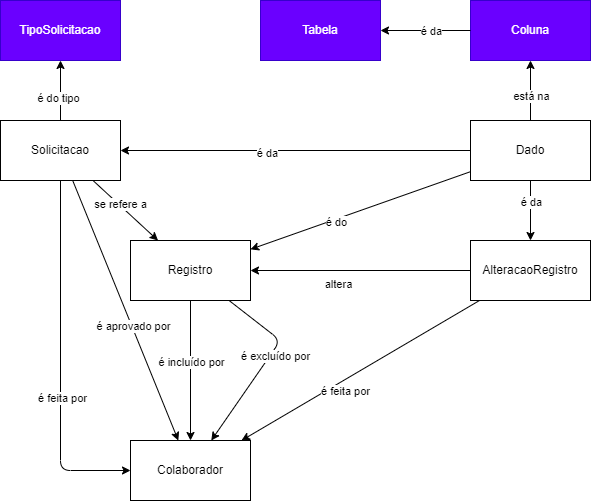
Above: analise/mer/solicitacao.drawio.png in leandroalveswork/horah (draw.io), before the change. Source tidied: cells renumbered, new cells last; positions are measured from the earlier drawing's top-left corner, leaving out a move shared by most shapes. Its diagram source:
```xml
<mxGraphModel>
  <root>
    <mxCell id="0" />
    <mxCell id="1" parent="0" />
    <mxCell id="2" value="Coluna" style="rounded=0;whiteSpace=wrap;html=1;fillColor=#6a00ff;fontColor=#ffffff;strokeColor=#3700CC;" parent="1" vertex="1">
      <mxGeometry x="470" width="120" height="60" as="geometry" />
    </mxCell>
    <mxCell id="3" style="edgeStyle=none;html=1;" parent="1" edge="1" source="2" target="5">
      <mxGeometry relative="1" as="geometry" />
    </mxCell>
    <mxCell id="4" value="é da" style="edgeLabel;html=1;align=center;verticalAlign=middle;" parent="3" vertex="1">
      <mxGeometry x="-0.3" y="-3" relative="1" as="geometry">
        <mxPoint x="-9" y="3" as="offset" />
      </mxGeometry>
    </mxCell>
    <mxCell id="5" value="Tabela" style="rounded=0;whiteSpace=wrap;html=1;fillColor=#6a00ff;fontColor=#ffffff;strokeColor=#3700CC;" parent="1" vertex="1">
      <mxGeometry x="260" width="120" height="60" as="geometry" />
    </mxCell>
    <mxCell id="6" style="edgeStyle=none;html=1;" parent="1" edge="1" source="12" target="2">
      <mxGeometry relative="1" as="geometry" />
    </mxCell>
    <mxCell id="7" value="está na" style="edgeLabel;html=1;align=center;verticalAlign=middle;" parent="6" vertex="1">
      <mxGeometry x="0.49" y="-2" relative="1" as="geometry">
        <mxPoint x="-2" y="20" as="offset" />
      </mxGeometry>
    </mxCell>
    <mxCell id="8" style="edgeStyle=none;html=1;" parent="1" edge="1" source="12" target="17">
      <mxGeometry relative="1" as="geometry" />
    </mxCell>
    <mxCell id="9" value="é do" style="edgeLabel;html=1;align=center;verticalAlign=middle;" parent="8" vertex="1">
      <mxGeometry x="0.3" relative="1" as="geometry">
        <mxPoint x="8" as="offset" />
      </mxGeometry>
    </mxCell>
    <mxCell id="10" style="edgeStyle=none;html=1;" parent="1" edge="1" source="12" target="34">
      <mxGeometry relative="1" as="geometry" />
    </mxCell>
    <mxCell id="11" value="é da" style="edgeLabel;html=1;align=center;verticalAlign=middle;" parent="10" vertex="1">
      <mxGeometry x="0.17" y="2" relative="1" as="geometry" />
    </mxCell>
    <mxCell id="12" value="Dado" style="rounded=0;whiteSpace=wrap;html=1;" parent="1" vertex="1">
      <mxGeometry x="470" y="120" width="120" height="60" as="geometry" />
    </mxCell>
    <mxCell id="13" style="edgeStyle=none;html=1;entryX=0.5;entryY=0;entryDx=0;entryDy=0;" parent="1" edge="1" source="17" target="18">
      <mxGeometry relative="1" as="geometry" />
    </mxCell>
    <mxCell id="14" value="é incluído por" style="edgeLabel;html=1;align=center;verticalAlign=middle;" parent="13" vertex="1">
      <mxGeometry x="-0.32" y="-2" relative="1" as="geometry">
        <mxPoint x="2" y="13" as="offset" />
      </mxGeometry>
    </mxCell>
    <mxCell id="15" style="edgeStyle=none;html=1;" parent="1" edge="1" source="17" target="18">
      <mxGeometry relative="1" as="geometry">
        <Array as="points">
          <mxPoint x="280" y="340" />
        </Array>
      </mxGeometry>
    </mxCell>
    <mxCell id="16" value="é excluído por" style="edgeLabel;html=1;align=center;verticalAlign=middle;" parent="15" vertex="1">
      <mxGeometry x="-0.16" y="4" relative="1" as="geometry">
        <mxPoint x="-1" y="3" as="offset" />
      </mxGeometry>
    </mxCell>
    <mxCell id="17" value="Registro" style="rounded=0;whiteSpace=wrap;html=1;" parent="1" vertex="1">
      <mxGeometry x="130" y="240" width="120" height="60" as="geometry" />
    </mxCell>
    <mxCell id="18" value="Colaborador" style="rounded=0;whiteSpace=wrap;html=1;" parent="1" vertex="1">
      <mxGeometry x="130" y="440" width="120" height="60" as="geometry" />
    </mxCell>
    <mxCell id="19" style="edgeStyle=none;html=1;" parent="1" edge="1" source="25" target="18">
      <mxGeometry relative="1" as="geometry" />
    </mxCell>
    <mxCell id="20" value="é feita por" style="edgeLabel;html=1;align=center;verticalAlign=middle;" parent="19" vertex="1">
      <mxGeometry x="0.29" y="1" relative="1" as="geometry">
        <mxPoint x="18" y="-1" as="offset" />
      </mxGeometry>
    </mxCell>
    <mxCell id="21" style="edgeStyle=none;html=1;" parent="1" edge="1" source="25" target="17">
      <mxGeometry relative="1" as="geometry" />
    </mxCell>
    <mxCell id="22" value="altera" style="edgeLabel;html=1;align=center;verticalAlign=middle;" parent="21" vertex="1">
      <mxGeometry x="0.35" y="-1" relative="1" as="geometry">
        <mxPoint x="16" y="14" as="offset" />
      </mxGeometry>
    </mxCell>
    <mxCell id="23" style="edgeStyle=none;html=1;" parent="1" edge="1" source="12" target="25">
      <mxGeometry relative="1" as="geometry" />
    </mxCell>
    <mxCell id="24" value="é da" style="edgeLabel;html=1;align=center;verticalAlign=middle;" parent="23" vertex="1">
      <mxGeometry x="-0.3" y="4" relative="1" as="geometry">
        <mxPoint x="-4" as="offset" />
      </mxGeometry>
    </mxCell>
    <mxCell id="25" value="AlteracaoRegistro" style="rounded=0;whiteSpace=wrap;html=1;" parent="1" vertex="1">
      <mxGeometry x="470" y="240" width="120" height="60" as="geometry" />
    </mxCell>
    <mxCell id="26" style="edgeStyle=none;html=1;" parent="1" edge="1" source="34" target="17">
      <mxGeometry relative="1" as="geometry" />
    </mxCell>
    <mxCell id="27" value="se refere a" style="edgeLabel;html=1;align=center;verticalAlign=middle;" parent="26" vertex="1">
      <mxGeometry x="-0.45" y="3" relative="1" as="geometry">
        <mxPoint x="7" y="9" as="offset" />
      </mxGeometry>
    </mxCell>
    <mxCell id="28" style="edgeStyle=none;html=1;" parent="1" edge="1" source="34" target="35">
      <mxGeometry relative="1" as="geometry" />
    </mxCell>
    <mxCell id="29" value="é do tipo" style="edgeLabel;html=1;align=center;verticalAlign=middle;" parent="28" vertex="1">
      <mxGeometry x="-0.48" y="3" relative="1" as="geometry">
        <mxPoint y="-7" as="offset" />
      </mxGeometry>
    </mxCell>
    <mxCell id="30" style="edgeStyle=none;html=1;" parent="1" edge="1" source="34" target="18">
      <mxGeometry relative="1" as="geometry" />
    </mxCell>
    <mxCell id="31" value="é aprovado por" style="edgeLabel;html=1;align=center;verticalAlign=middle;" parent="30" vertex="1">
      <mxGeometry x="0.12" y="1" relative="1" as="geometry" />
    </mxCell>
    <mxCell id="32" style="edgeStyle=none;html=1;entryX=0;entryY=0.5;entryDx=0;entryDy=0;" parent="1" edge="1" source="34" target="18">
      <mxGeometry relative="1" as="geometry">
        <Array as="points">
          <mxPoint x="60" y="470" />
        </Array>
      </mxGeometry>
    </mxCell>
    <mxCell id="33" value="é feita por" style="edgeLabel;html=1;align=center;verticalAlign=middle;" parent="32" vertex="1">
      <mxGeometry x="0.21" y="1" relative="1" as="geometry" />
    </mxCell>
    <mxCell id="34" value="Solicitacao" style="rounded=0;whiteSpace=wrap;html=1;" parent="1" vertex="1">
      <mxGeometry y="120" width="120" height="60" as="geometry" />
    </mxCell>
    <mxCell id="35" value="TipoSolicitacao" style="rounded=0;whiteSpace=wrap;html=1;fillColor=#6a00ff;fontColor=#ffffff;strokeColor=#3700CC;" parent="1" vertex="1">
      <mxGeometry width="120" height="60" as="geometry" />
    </mxCell>
  </root>
</mxGraphModel>
```
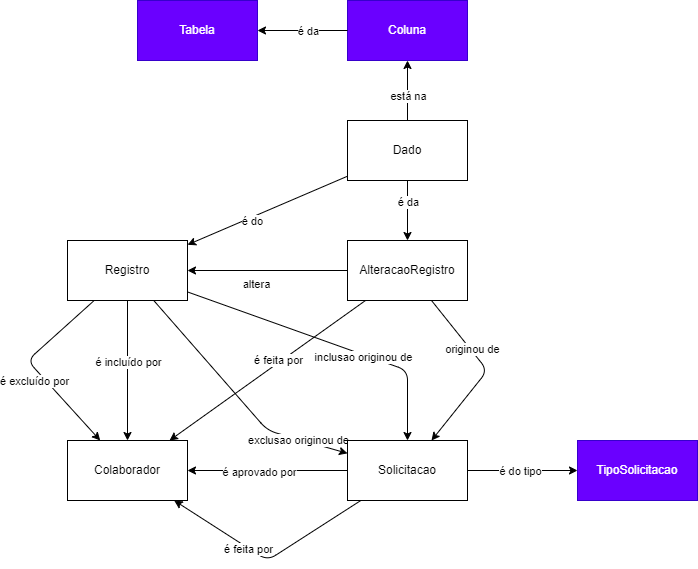
The same file after the commit.

Diff of the diagram source:
```diff
@@ -3,7 +3,7 @@
     <mxCell id="0" />
     <mxCell id="1" parent="0" />
     <mxCell id="2" value="Coluna" style="rounded=0;whiteSpace=wrap;html=1;fillColor=#6a00ff;fontColor=#ffffff;strokeColor=#3700CC;" parent="1" vertex="1">
-      <mxGeometry x="470" width="120" height="60" as="geometry" />
+      <mxGeometry x="410" width="120" height="60" as="geometry" />
     </mxCell>
     <mxCell id="3" style="edgeStyle=none;html=1;" parent="1" edge="1" source="2" target="5">
       <mxGeometry relative="1" as="geometry" />
@@ -14,7 +14,7 @@
       </mxGeometry>
     </mxCell>
     <mxCell id="5" value="Tabela" style="rounded=0;whiteSpace=wrap;html=1;fillColor=#6a00ff;fontColor=#ffffff;strokeColor=#3700CC;" parent="1" vertex="1">
-      <mxGeometry x="260" width="120" height="60" as="geometry" />
+      <mxGeometry x="200" width="120" height="60" as="geometry" />
     </mxCell>
     <mxCell id="6" style="edgeStyle=none;html=1;" parent="1" edge="1" source="12" target="2">
       <mxGeometry relative="1" as="geometry" />
@@ -32,14 +32,8 @@
         <mxPoint x="8" as="offset" />
       </mxGeometry>
     </mxCell>
-    <mxCell id="10" style="edgeStyle=none;html=1;" parent="1" edge="1" source="12" target="34">
-      <mxGeometry relative="1" as="geometry" />
-    </mxCell>
-    <mxCell id="11" value="é da" style="edgeLabel;html=1;align=center;verticalAlign=middle;" parent="10" vertex="1">
-      <mxGeometry x="0.17" y="2" relative="1" as="geometry" />
-    </mxCell>
     <mxCell id="12" value="Dado" style="rounded=0;whiteSpace=wrap;html=1;" parent="1" vertex="1">
-      <mxGeometry x="470" y="120" width="120" height="60" as="geometry" />
+      <mxGeometry x="410" y="120" width="120" height="60" as="geometry" />
     </mxCell>
     <mxCell id="13" style="edgeStyle=none;html=1;entryX=0.5;entryY=0;entryDx=0;entryDy=0;" parent="1" edge="1" source="17" target="18">
       <mxGeometry relative="1" as="geometry" />
@@ -52,15 +46,37 @@
     <mxCell id="15" style="edgeStyle=none;html=1;" parent="1" edge="1" source="17" target="18">
       <mxGeometry relative="1" as="geometry">
         <Array as="points">
-          <mxPoint x="280" y="340" />
+          <mxPoint x="90" y="360" />
         </Array>
       </mxGeometry>
     </mxCell>
     <mxCell id="16" value="é excluído por" style="edgeLabel;html=1;align=center;verticalAlign=middle;" parent="15" vertex="1">
       <mxGeometry x="-0.16" y="4" relative="1" as="geometry">
-        <mxPoint x="-1" y="3" as="offset" />
+        <mxPoint x="-1" y="22" as="offset" />
       </mxGeometry>
     </mxCell>
+    <mxCell id="36" style="edgeStyle=none;html=1;" parent="1" edge="1" source="17" target="34">
+      <mxGeometry relative="1" as="geometry">
+        <Array as="points">
+          <mxPoint x="330" y="430" />
+        </Array>
+      </mxGeometry>
+    </mxCell>
+    <mxCell id="37" value="exclusao originou de" style="edgeLabel;html=1;align=center;verticalAlign=middle;" parent="36" vertex="1">
+      <mxGeometry x="0.11" relative="1" as="geometry">
+        <mxPoint x="50" y="32" as="offset" />
+      </mxGeometry>
+    </mxCell>
+    <mxCell id="38" style="edgeStyle=none;html=1;" parent="1" edge="1" source="17" target="34">
+      <mxGeometry relative="1" as="geometry">
+        <Array as="points">
+          <mxPoint x="470" y="370" />
+        </Array>
+      </mxGeometry>
+    </mxCell>
+    <mxCell id="39" value="inclusao originou de" style="edgeLabel;html=1;align=center;verticalAlign=middle;" parent="38" vertex="1">
+      <mxGeometry x="0.24" y="-2" relative="1" as="geometry" />
+    </mxCell>
     <mxCell id="17" value="Registro" style="rounded=0;whiteSpace=wrap;html=1;" parent="1" vertex="1">
       <mxGeometry x="130" y="240" width="120" height="60" as="geometry" />
     </mxCell>
@@ -72,7 +88,7 @@
     </mxCell>
     <mxCell id="20" value="é feita por" style="edgeLabel;html=1;align=center;verticalAlign=middle;" parent="19" vertex="1">
       <mxGeometry x="0.29" y="1" relative="1" as="geometry">
-        <mxPoint x="18" y="-1" as="offset" />
+        <mxPoint x="38" y="-31" as="offset" />
       </mxGeometry>
     </mxCell>
     <mxCell id="21" style="edgeStyle=none;html=1;" parent="1" edge="1" source="25" target="17">
@@ -91,23 +107,27 @@
         <mxPoint x="-4" as="offset" />
       </mxGeometry>
     </mxCell>
+    <mxCell id="40" style="edgeStyle=none;html=1;" parent="1" edge="1" source="25" target="34">
+      <mxGeometry relative="1" as="geometry">
+        <Array as="points">
+          <mxPoint x="550" y="370" />
+        </Array>
+      </mxGeometry>
+    </mxCell>
+    <mxCell id="41" value="originou de" style="edgeLabel;html=1;align=center;verticalAlign=middle;" parent="40" vertex="1">
+      <mxGeometry x="-0.29" y="2" relative="1" as="geometry">
+        <mxPoint y="1" as="offset" />
+      </mxGeometry>
+    </mxCell>
     <mxCell id="25" value="AlteracaoRegistro" style="rounded=0;whiteSpace=wrap;html=1;" parent="1" vertex="1">
-      <mxGeometry x="470" y="240" width="120" height="60" as="geometry" />
+      <mxGeometry x="410" y="240" width="120" height="60" as="geometry" />
     </mxCell>
-    <mxCell id="26" style="edgeStyle=none;html=1;" parent="1" edge="1" source="34" target="17">
-      <mxGeometry relative="1" as="geometry" />
-    </mxCell>
-    <mxCell id="27" value="se refere a" style="edgeLabel;html=1;align=center;verticalAlign=middle;" parent="26" vertex="1">
-      <mxGeometry x="-0.45" y="3" relative="1" as="geometry">
-        <mxPoint x="7" y="9" as="offset" />
-      </mxGeometry>
-    </mxCell>
     <mxCell id="28" style="edgeStyle=none;html=1;" parent="1" edge="1" source="34" target="35">
       <mxGeometry relative="1" as="geometry" />
     </mxCell>
     <mxCell id="29" value="é do tipo" style="edgeLabel;html=1;align=center;verticalAlign=middle;" parent="28" vertex="1">
       <mxGeometry x="-0.48" y="3" relative="1" as="geometry">
-        <mxPoint y="-7" as="offset" />
+        <mxPoint x="23" y="3" as="offset" />
       </mxGeometry>
     </mxCell>
     <mxCell id="30" style="edgeStyle=none;html=1;" parent="1" edge="1" source="34" target="18">
@@ -116,10 +136,10 @@
     <mxCell id="31" value="é aprovado por" style="edgeLabel;html=1;align=center;verticalAlign=middle;" parent="30" vertex="1">
       <mxGeometry x="0.12" y="1" relative="1" as="geometry" />
     </mxCell>
-    <mxCell id="32" style="edgeStyle=none;html=1;entryX=0;entryY=0.5;entryDx=0;entryDy=0;" parent="1" edge="1" source="34" target="18">
+    <mxCell id="32" style="edgeStyle=none;html=1;" parent="1" edge="1" source="34" target="18">
       <mxGeometry relative="1" as="geometry">
         <Array as="points">
-          <mxPoint x="60" y="470" />
+          <mxPoint x="330" y="560" />
         </Array>
       </mxGeometry>
     </mxCell>
@@ -127,10 +147,10 @@
       <mxGeometry x="0.21" y="1" relative="1" as="geometry" />
     </mxCell>
     <mxCell id="34" value="Solicitacao" style="rounded=0;whiteSpace=wrap;html=1;" parent="1" vertex="1">
-      <mxGeometry y="120" width="120" height="60" as="geometry" />
+      <mxGeometry x="410" y="440" width="120" height="60" as="geometry" />
     </mxCell>
     <mxCell id="35" value="TipoSolicitacao" style="rounded=0;whiteSpace=wrap;html=1;fillColor=#6a00ff;fontColor=#ffffff;strokeColor=#3700CC;" parent="1" vertex="1">
-      <mxGeometry width="120" height="60" as="geometry" />
+      <mxGeometry x="640" y="440" width="120" height="60" as="geometry" />
     </mxCell>
   </root>
 </mxGraphModel>
```
